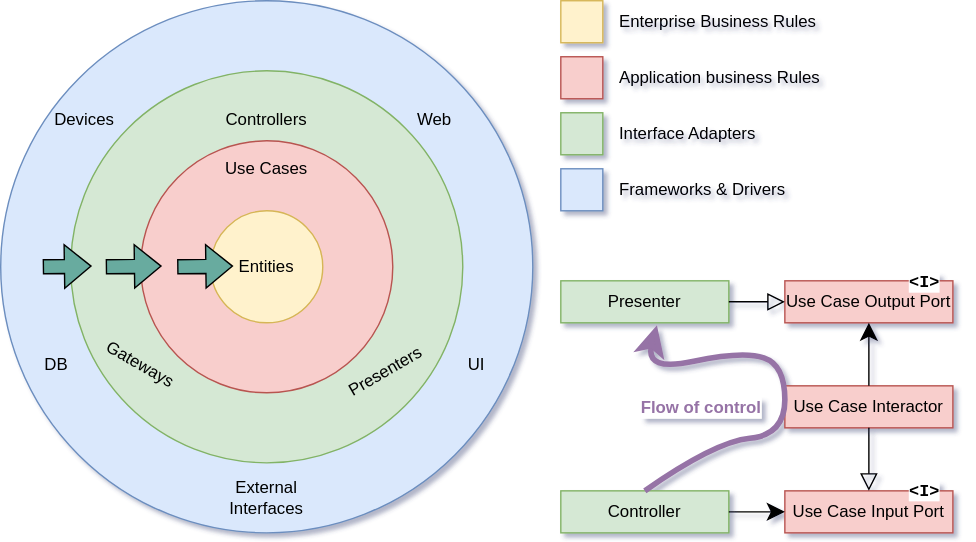
The draw.io diagram sa-clean-architecture/docs/clean-architecture-0.svg in vhula/software-architecture, before a commit. Source tidied: cells renumbered, new cells last; positions are measured from the earlier drawing's top-left corner, leaving out a move shared by most shapes.
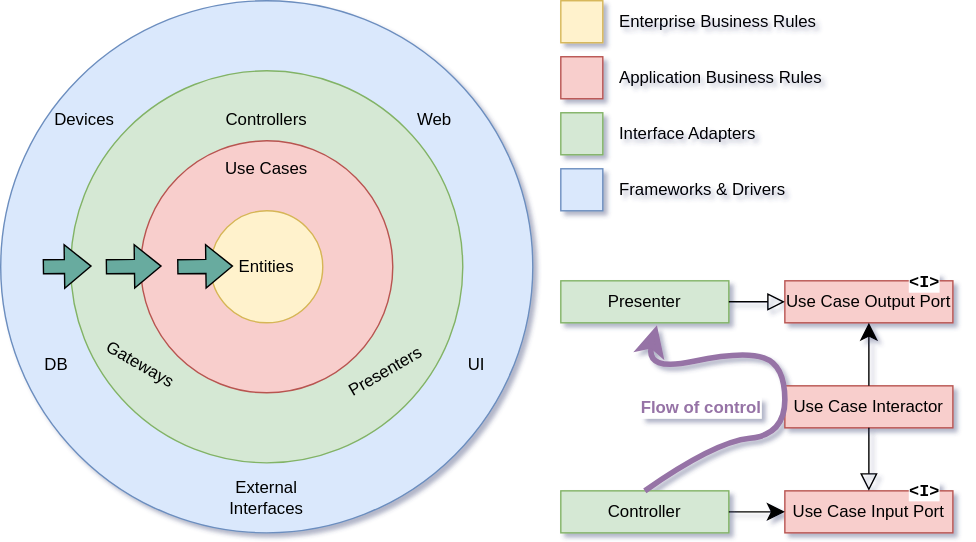
The same diagram one commit later.

Change to the diagram source:
```diff
@@ -74,7 +74,7 @@
     <mxCell id="22" value="Enterprise Business Rules" style="text;html=1;strokeColor=none;fillColor=none;align=left;verticalAlign=middle;whiteSpace=wrap;rounded=0;" parent="1" vertex="1">
       <mxGeometry x="440" width="180" height="30" as="geometry" />
     </mxCell>
-    <mxCell id="23" value="Application business Rules" style="text;html=1;strokeColor=none;fillColor=none;align=left;verticalAlign=middle;whiteSpace=wrap;rounded=0;" parent="1" vertex="1">
+    <mxCell id="23" value="Application Business Rules" style="text;html=1;strokeColor=none;fillColor=none;align=left;verticalAlign=middle;whiteSpace=wrap;rounded=0;" parent="1" vertex="1">
       <mxGeometry x="440" y="40" width="170" height="30" as="geometry" />
     </mxCell>
     <mxCell id="24" value="Interface Adapters" style="text;html=1;strokeColor=none;fillColor=none;align=left;verticalAlign=middle;whiteSpace=wrap;rounded=0;" parent="1" vertex="1">
```
